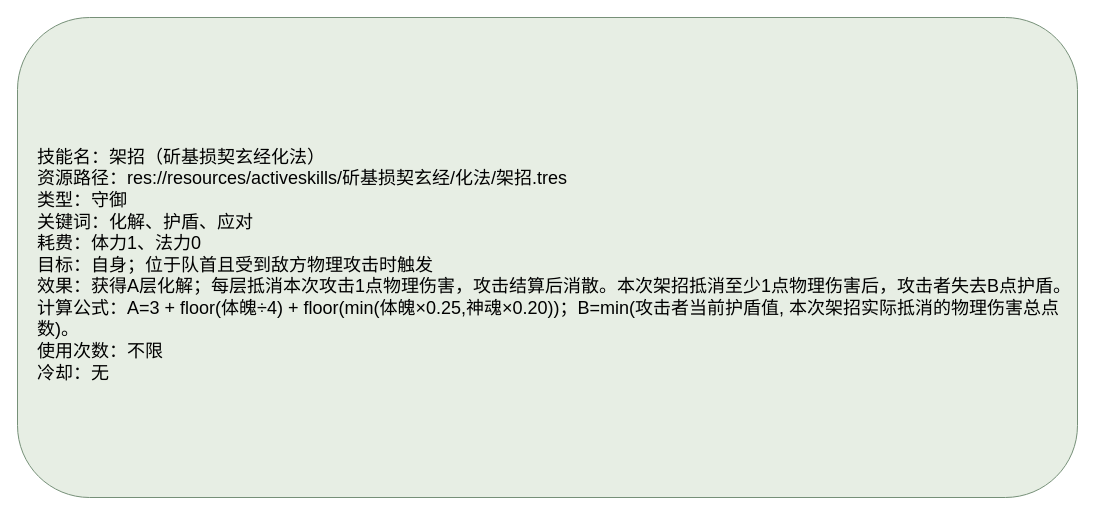
Above: docs/卡牌词典/秘籍技能/斫基损契玄经/架招.drawio in ankundanetracyc-spec/tian-guan-you-du (draw.io), before the change. Source tidied: cells renumbered, new cells numbered last; positions are measured from the earlier drawing's top-left corner, leaving out a move shared by most shapes. Both pictures are drawn from the tidied source at 100%, with x=0, y=0 at pixel (17, 17).
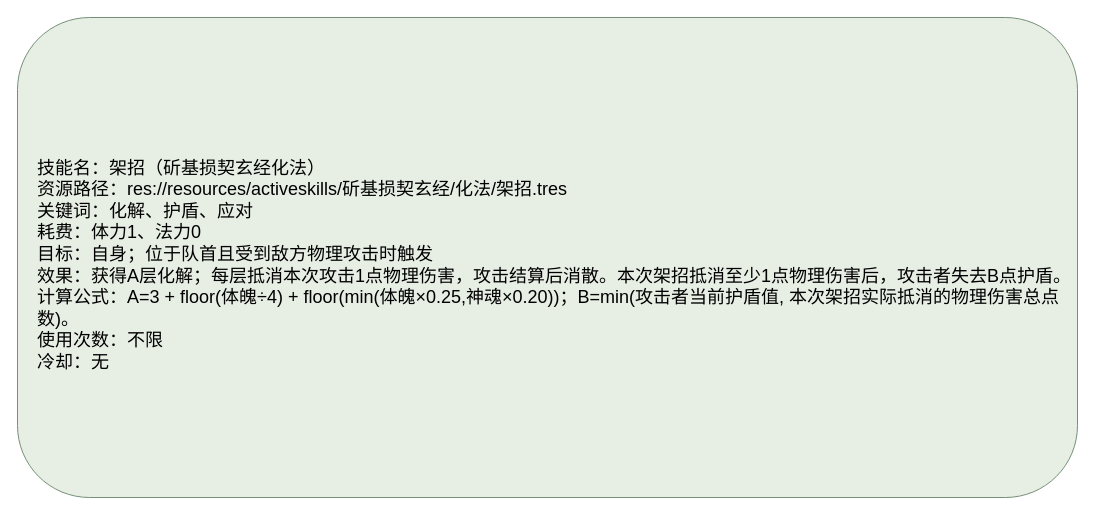
Above is the later version.

Diff of the diagram source:
```diff
@@
 <mxGraphModel>
   <root>
     <mxCell id="0" />
     <mxCell id="1" parent="0" />
-    <mxCell id="2" value="&lt;div style=&quot;text-align:left;&quot;&gt;技能名：架招（斫基损契玄经化法）&lt;br&gt;资源路径：res://resources/activeskills/斫基损契玄经/化法/架招.tres&lt;br&gt;类型：守御&lt;br&gt;关键词：化解、护盾、应对&lt;br&gt;耗费：体力1、法力0&lt;br&gt;目标：自身；位于队首且受到敌方物理攻击时触发&lt;br&gt;效果：获得A层化解；每层抵消本次攻击1点物理伤害，攻击结算后消散。本次架招抵消至少1点物理伤害后，攻击者失去B点护盾。&lt;br&gt;计算公式：A=3 + floor(体魄÷4) + floor(min(体魄×0.25,神魂×0.20))；B=min(攻击者当前护盾值, 本次架招实际抵消的物理伤害总点数)。&lt;br&gt;使用次数：不限&lt;br&gt;冷却：无&lt;/div&gt;" style="rounded=1;whiteSpace=wrap;html=1;fillColor=#e7eee4;strokeColor=#769078;fontSize=18;align=left;spacingLeft=18;spacingTop=16;" parent="1" vertex="1">
+    <mxCell id="2" value="&lt;div style=&quot;text-align:left;&quot;&gt;技能名：架招（斫基损契玄经化法）&lt;br&gt;资源路径：res://resources/activeskills/斫基损契玄经/化法/架招.tres&lt;br&gt;关键词：化解、护盾、应对&lt;br&gt;耗费：体力1、法力0&lt;br&gt;目标：自身；位于队首且受到敌方物理攻击时触发&lt;br&gt;效果：获得A层化解；每层抵消本次攻击1点物理伤害，攻击结算后消散。本次架招抵消至少1点物理伤害后，攻击者失去B点护盾。&lt;br&gt;计算公式：A=3 + floor(体魄÷4) + floor(min(体魄×0.25,神魂×0.20))；B=min(攻击者当前护盾值, 本次架招实际抵消的物理伤害总点数)。&lt;br&gt;使用次数：不限&lt;br&gt;冷却：无&lt;/div&gt;" style="rounded=1;whiteSpace=wrap;html=1;fillColor=#e7eee4;strokeColor=#769078;fontSize=18;align=left;spacingLeft=18;spacingTop=16;" parent="1" vertex="1">
       <mxGeometry width="1060" height="480" as="geometry" />
     </mxCell>
   </root>
 </mxGraphModel>
```
